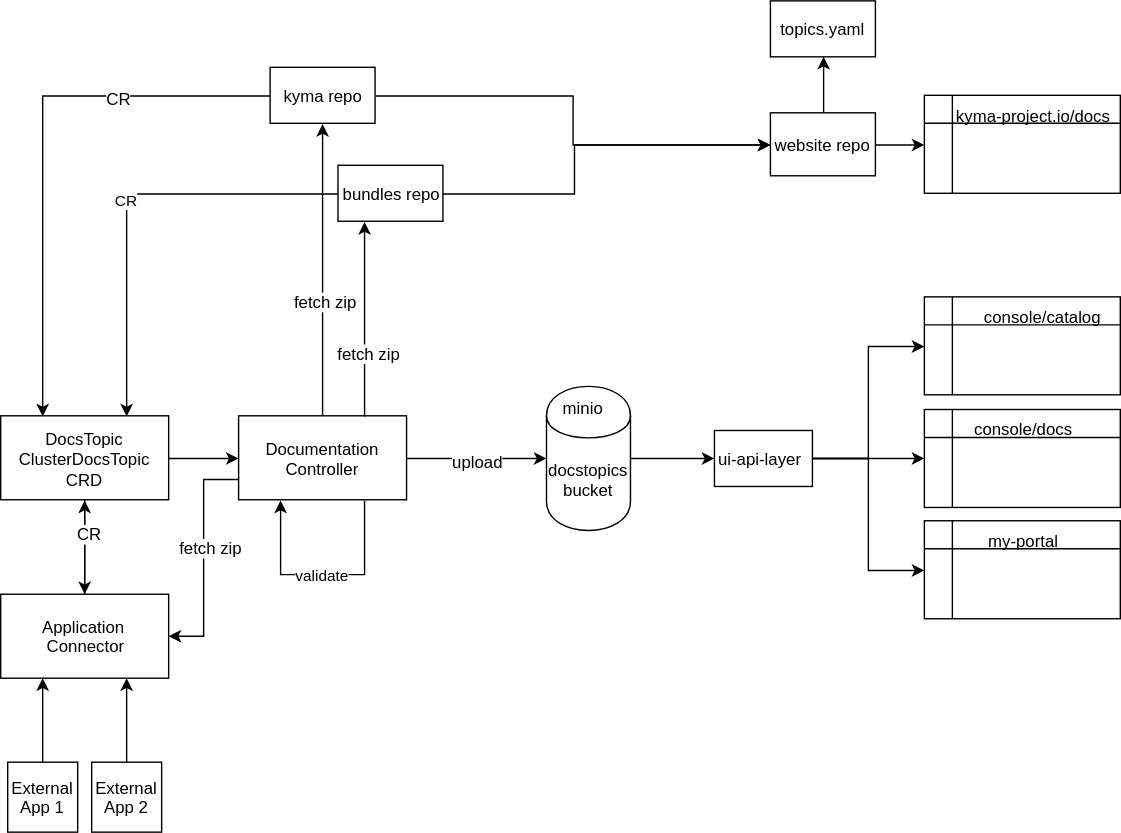
Above: sig-and-wg/sig-core/proposals/assets/main-arch.svg in kyma-project/community (draw.io), before the change. Source tidied: cells renumbered, new cells last; positions are measured from the earlier drawing's top-left corner, leaving out a move shared by most shapes.
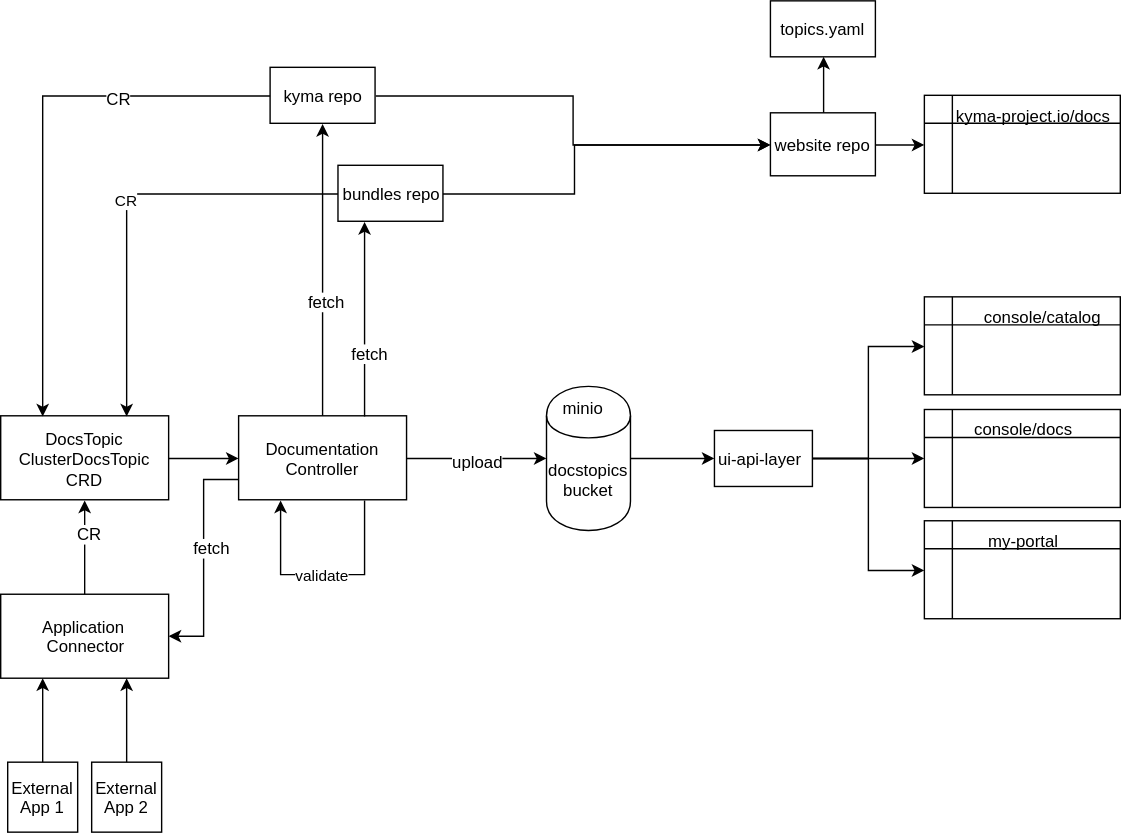
The same file after the commit.

What changed in the source:
```diff
@@ -51,7 +51,7 @@
     <mxCell id="15" style="edgeStyle=orthogonalEdgeStyle;rounded=0;html=1;entryX=0.5;entryY=1;jettySize=auto;" parent="1" edge="1" source="21" target="28">
       <mxGeometry relative="1" as="geometry" />
     </mxCell>
-    <mxCell id="16" value="fetch zip" style="text;html=1;align=center;verticalAlign=middle;labelBackgroundColor=#ffffff;" parent="15" vertex="1">
+    <mxCell id="16" value="fetch" style="text;html=1;align=center;verticalAlign=middle;labelBackgroundColor=#ffffff;" parent="15" vertex="1">
       <mxGeometry x="-0.21" y="-2" relative="1" as="geometry">
         <mxPoint y="1" as="offset" />
       </mxGeometry>
@@ -59,13 +59,13 @@
     <mxCell id="17" style="edgeStyle=orthogonalEdgeStyle;rounded=0;html=1;exitX=0.75;exitY=0;entryX=0.25;entryY=1;jettySize=auto;" parent="1" edge="1" source="21" target="31">
       <mxGeometry relative="1" as="geometry" />
     </mxCell>
-    <mxCell id="18" value="fetch zip" style="text;html=1;align=center;verticalAlign=middle;labelBackgroundColor=#ffffff;" parent="17" vertex="1">
+    <mxCell id="18" value="fetch" style="text;html=1;align=center;verticalAlign=middle;labelBackgroundColor=#ffffff;" parent="17" vertex="1">
       <mxGeometry x="-0.34" y="-3" relative="1" as="geometry" />
     </mxCell>
     <mxCell id="19" style="edgeStyle=orthogonalEdgeStyle;rounded=0;html=1;exitX=0;exitY=0.75;entryX=1;entryY=0.5;jettySize=auto;" parent="1" edge="1" source="21" target="39">
       <mxGeometry relative="1" as="geometry" />
     </mxCell>
-    <mxCell id="20" value="fetch zip" style="text;html=1;align=center;verticalAlign=middle;labelBackgroundColor=#ffffff;" parent="19" vertex="1">
+    <mxCell id="20" value="fetch" style="text;html=1;align=center;verticalAlign=middle;labelBackgroundColor=#ffffff;" parent="19" vertex="1">
       <mxGeometry x="0.23" y="1" relative="1" as="geometry">
         <mxPoint x="4" y="-27" as="offset" />
       </mxGeometry>
@@ -76,9 +76,6 @@
     <mxCell id="22" style="edgeStyle=orthogonalEdgeStyle;rounded=0;html=1;entryX=0;entryY=0.5;jettySize=auto;" parent="1" edge="1" source="24" target="21">
       <mxGeometry relative="1" as="geometry" />
     </mxCell>
-    <mxCell id="23" style="edgeStyle=orthogonalEdgeStyle;rounded=0;html=1;jettySize=auto;" parent="1" edge="1" source="24" target="39">
-      <mxGeometry relative="1" as="geometry" />
-    </mxCell>
     <mxCell id="24" value="DocsTopic&lt;br&gt;ClusterDocsTopic&lt;br&gt;CRD&lt;br&gt;" style="rounded=0;whiteSpace=wrap;html=1;fillColor=none;align=center;" parent="1" vertex="1">
       <mxGeometry y="296.5" width="120" height="60" as="geometry" />
     </mxCell>
@@ -126,7 +123,12 @@
       <mxGeometry x="400" y="281.5" width="40" height="20" as="geometry" />
     </mxCell>
     <mxCell id="37" style="edgeStyle=orthogonalEdgeStyle;rounded=0;html=1;entryX=0.5;entryY=1;jettySize=auto;" parent="1" edge="1" source="39" target="24">
-      <mxGeometry relative="1" as="geometry" />
+      <mxGeometry relative="1" as="geometry">
+        <Array as="points">
+          <mxPoint x="60" y="410" />
+          <mxPoint x="60" y="410" />
+        </Array>
+      </mxGeometry>
     </mxCell>
     <mxCell id="38" value="CR" style="text;html=1;align=center;verticalAlign=middle;labelBackgroundColor=#ffffff;" parent="37" vertex="1">
       <mxGeometry x="0.31" y="-3" relative="1" as="geometry" />
```
